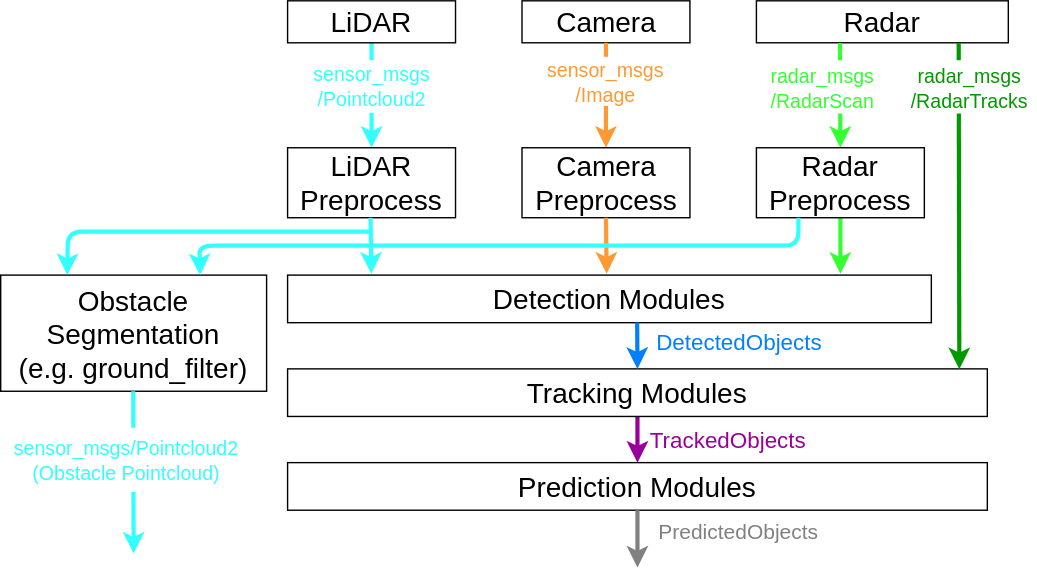
scepter914/autoware-architecture-proposal keeps this draw.io diagram as sensing/figure/sensing_pipeline.drawio.svg. Above is the earlier version. Source tidied: cells renumbered, new cells last; positions are measured from the earlier drawing's top-left corner, leaving out a move shared by most shapes. The source it was exported from:
```xml
<mxGraphModel>
  <root>
    <mxCell id="0" />
    <mxCell id="1" parent="0" />
    <mxCell id="2" style="endArrow=classic;html=1;strokeWidth=3;exitX=0.5;exitY=1;exitDx=0;exitDy=0;fillColor=#60a917;strokeColor=#FF9933;entryX=0.5;entryY=0;entryDx=0;entryDy=0;startArrow=none;" parent="1" edge="1" source="32" target="11">
      <mxGeometry relative="1" as="geometry" />
    </mxCell>
    <mxCell id="3" value="&lt;font style=&quot;font-size: 20px&quot;&gt;Radar&lt;br&gt;&lt;/font&gt;" style="rounded=0;whiteSpace=wrap;html=1;" parent="1" vertex="1">
      <mxGeometry x="540" width="180" height="30" as="geometry" />
    </mxCell>
    <mxCell id="4" style="endArrow=classic;html=1;strokeWidth=3;exitX=0.5;exitY=1;exitDx=0;exitDy=0;fillColor=#60a917;strokeColor=#33FF33;" parent="1" edge="1" source="7">
      <mxGeometry relative="1" as="geometry">
        <mxPoint x="600" y="195" as="targetPoint" />
      </mxGeometry>
    </mxCell>
    <mxCell id="5" value="&lt;font style=&quot;font-size: 20px&quot;&gt;Detection Modules&lt;br&gt;&lt;/font&gt;" style="rounded=0;whiteSpace=wrap;html=1;" parent="1" vertex="1">
      <mxGeometry x="205" y="196" width="460" height="34" as="geometry" />
    </mxCell>
    <mxCell id="6" style="endArrow=classic;html=1;strokeWidth=3;exitX=0.332;exitY=1.005;exitDx=0;exitDy=0;fillColor=#60a917;strokeColor=#33FF33;entryX=0.5;entryY=0;entryDx=0;entryDy=0;exitPerimeter=0;" parent="1" edge="1" source="3" target="7">
      <mxGeometry relative="1" as="geometry" />
    </mxCell>
    <mxCell id="7" value="&lt;font style=&quot;font-size: 20px&quot;&gt;Radar Preprocess&lt;br&gt;&lt;/font&gt;" style="rounded=0;whiteSpace=wrap;html=1;" parent="1" vertex="1">
      <mxGeometry x="540" y="105" width="120" height="50" as="geometry" />
    </mxCell>
    <mxCell id="8" value="&lt;font&gt;&lt;font style=&quot;font-size: 14px&quot; color=&quot;#33ff33&quot;&gt;radar_msgs&lt;br&gt;/RadarScan&lt;/font&gt;&lt;br&gt;&lt;/font&gt;" style="text;html=1;strokeColor=none;fillColor=default;align=center;verticalAlign=middle;whiteSpace=wrap;rounded=1;fontSize=15;" parent="1" vertex="1">
      <mxGeometry x="540" y="42.5" width="95" height="38" as="geometry" />
    </mxCell>
    <mxCell id="9" style="endArrow=classic;html=1;strokeWidth=3;exitX=0.5;exitY=1;exitDx=0;exitDy=0;fillColor=#60a917;strokeColor=#990099;entryX=0.5;entryY=0;entryDx=0;entryDy=0;" parent="1" edge="1" source="12" target="24">
      <mxGeometry relative="1" as="geometry" />
    </mxCell>
    <mxCell id="10" value="&lt;font style=&quot;font-size: 20px&quot;&gt;Camera&lt;br&gt;&lt;/font&gt;" style="rounded=0;whiteSpace=wrap;html=1;" parent="1" vertex="1">
      <mxGeometry x="372.5" width="120" height="30" as="geometry" />
    </mxCell>
    <mxCell id="11" value="&lt;font style=&quot;font-size: 20px&quot;&gt;Camera Preprocess&lt;br&gt;&lt;/font&gt;" style="rounded=0;whiteSpace=wrap;html=1;" parent="1" vertex="1">
      <mxGeometry x="372.5" y="105" width="120" height="50" as="geometry" />
    </mxCell>
    <mxCell id="12" value="&lt;font style=&quot;font-size: 20px&quot;&gt;Tracking Modules&lt;br&gt;&lt;/font&gt;" style="rounded=0;whiteSpace=wrap;html=1;" parent="1" vertex="1">
      <mxGeometry x="205" y="263" width="500" height="34" as="geometry" />
    </mxCell>
    <mxCell id="13" value="&lt;font style=&quot;font-size: 16px&quot;&gt;&lt;font color=&quot;#990099&quot;&gt;TrackedObjects&lt;/font&gt;&lt;br&gt;&lt;/font&gt;" style="text;html=1;strokeColor=none;fillColor=none;align=center;verticalAlign=middle;whiteSpace=wrap;rounded=0;fontSize=15;" parent="1" vertex="1">
      <mxGeometry x="485" y="305" width="70" height="18" as="geometry" />
    </mxCell>
    <mxCell id="14" style="endArrow=classic;html=1;strokeWidth=3;exitX=0.543;exitY=0.995;exitDx=0;exitDy=0;fillColor=#60a917;strokeColor=#007FFF;entryX=0.5;entryY=0;entryDx=0;entryDy=0;exitPerimeter=0;" parent="1" edge="1" source="5" target="12">
      <mxGeometry relative="1" as="geometry" />
    </mxCell>
    <mxCell id="15" value="&lt;font style=&quot;font-size: 16px&quot;&gt;&lt;font color=&quot;#007fff&quot;&gt;DetectedObjects&lt;/font&gt;&lt;br&gt;&lt;/font&gt;" style="text;html=1;strokeColor=none;fillColor=none;align=center;verticalAlign=middle;whiteSpace=wrap;rounded=0;fontSize=15;" parent="1" vertex="1">
      <mxGeometry x="492.5" y="235" width="70" height="18" as="geometry" />
    </mxCell>
    <mxCell id="16" style="endArrow=classic;html=1;strokeWidth=3;exitX=0.5;exitY=1;exitDx=0;exitDy=0;fillColor=#60a917;strokeColor=#FF9933;" parent="1" edge="1" source="11">
      <mxGeometry relative="1" as="geometry">
        <mxPoint x="433" y="195" as="targetPoint" />
      </mxGeometry>
    </mxCell>
    <mxCell id="17" style="endArrow=classic;html=1;strokeWidth=3;exitX=0.5;exitY=1;exitDx=0;exitDy=0;fillColor=#60a917;strokeColor=#33FFFF;entryX=0.5;entryY=0;entryDx=0;entryDy=0;" parent="1" edge="1" source="18" target="19">
      <mxGeometry relative="1" as="geometry" />
    </mxCell>
    <mxCell id="18" value="&lt;font style=&quot;font-size: 20px&quot;&gt;LiDAR&lt;br&gt;&lt;/font&gt;" style="rounded=0;whiteSpace=wrap;html=1;" parent="1" vertex="1">
      <mxGeometry x="205" width="120" height="30" as="geometry" />
    </mxCell>
    <mxCell id="19" value="&lt;font style=&quot;font-size: 20px&quot;&gt;LiDAR Preprocess&lt;br&gt;&lt;/font&gt;" style="rounded=0;whiteSpace=wrap;html=1;" parent="1" vertex="1">
      <mxGeometry x="205" y="105" width="120" height="50" as="geometry" />
    </mxCell>
    <mxCell id="20" value="&lt;font&gt;&lt;font style=&quot;font-size: 14px&quot; color=&quot;#33ffff&quot;&gt;sensor_msgs&lt;br&gt;/Pointcloud2&lt;/font&gt;&lt;br&gt;&lt;/font&gt;" style="text;html=1;strokeColor=none;fillColor=default;align=center;verticalAlign=middle;whiteSpace=wrap;rounded=1;fontSize=15;" parent="1" vertex="1">
      <mxGeometry x="212.5" y="42.5" width="105" height="37.5" as="geometry" />
    </mxCell>
    <mxCell id="21" style="endArrow=classic;html=1;strokeWidth=3;exitX=0.5;exitY=1;exitDx=0;exitDy=0;fillColor=#60a917;strokeColor=#33FFFF;" parent="1" edge="1">
      <mxGeometry relative="1" as="geometry">
        <mxPoint x="264.3" y="155" as="sourcePoint" />
        <mxPoint x="264.8" y="195" as="targetPoint" />
      </mxGeometry>
    </mxCell>
    <mxCell id="22" value="&lt;font style=&quot;font-size: 20px&quot;&gt;Obstacle Segmentation&lt;br&gt;(e.g. ground_filter)&lt;br&gt;&lt;/font&gt;" style="rounded=0;whiteSpace=wrap;html=1;" parent="1" vertex="1">
      <mxGeometry y="196" width="190" height="83" as="geometry" />
    </mxCell>
    <mxCell id="23" style="endArrow=classic;html=1;strokeWidth=3;fillColor=#60a917;strokeColor=#33FFFF;entryX=0.25;entryY=0;entryDx=0;entryDy=0;" parent="1" edge="1" target="22">
      <mxGeometry relative="1" as="geometry">
        <mxPoint x="265" y="165" as="sourcePoint" />
        <Array as="points">
          <mxPoint x="48" y="165" />
        </Array>
      </mxGeometry>
    </mxCell>
    <mxCell id="24" value="&lt;font style=&quot;font-size: 20px&quot;&gt;Prediction Modules&lt;br&gt;&lt;/font&gt;" style="rounded=0;whiteSpace=wrap;html=1;" parent="1" vertex="1">
      <mxGeometry x="205" y="330" width="500" height="34" as="geometry" />
    </mxCell>
    <mxCell id="25" style="endArrow=classic;html=1;strokeWidth=3;shadow=0;fillColor=#60a917;strokeColor=#808080;exitX=0.5;exitY=1;exitDx=0;exitDy=0;" parent="1" edge="1" source="24">
      <mxGeometry relative="1" as="geometry">
        <mxPoint x="455" y="405" as="targetPoint" />
      </mxGeometry>
    </mxCell>
    <mxCell id="26" value="&lt;font&gt;&lt;font color=&quot;#808080&quot; style=&quot;font-size: 15px&quot;&gt;PredictedObjects&lt;/font&gt;&lt;br&gt;&lt;/font&gt;" style="text;html=1;strokeColor=none;fillColor=none;align=center;verticalAlign=middle;whiteSpace=wrap;rounded=0;fontSize=15;" parent="1" vertex="1">
      <mxGeometry x="466.2" y="364" width="122.6" height="30" as="geometry" />
    </mxCell>
    <mxCell id="27" style="endArrow=classic;html=1;strokeWidth=3;exitX=0.5;exitY=1;exitDx=0;exitDy=0;fillColor=#60a917;strokeColor=#33FFFF;" parent="1" edge="1">
      <mxGeometry relative="1" as="geometry">
        <mxPoint x="94.7" y="279" as="sourcePoint" />
        <mxPoint x="95" y="395" as="targetPoint" />
      </mxGeometry>
    </mxCell>
    <mxCell id="28" style="endArrow=classic;html=1;strokeWidth=3;fillColor=#60a917;strokeColor=#33FFFF;entryX=0.75;entryY=0;entryDx=0;entryDy=0;exitX=0.25;exitY=1;exitDx=0;exitDy=0;" parent="1" edge="1" source="7" target="22">
      <mxGeometry relative="1" as="geometry">
        <Array as="points">
          <mxPoint x="570" y="175" />
          <mxPoint x="142" y="175" />
        </Array>
      </mxGeometry>
    </mxCell>
    <mxCell id="29" value="&lt;font&gt;&lt;font style=&quot;font-size: 14px&quot; color=&quot;#33ffff&quot;&gt;sensor_msgs/Pointcloud2&lt;br&gt;&lt;/font&gt;&lt;span style=&quot;color: rgb(51 , 255 , 255) ; font-family: &amp;#34;helvetica&amp;#34; ; font-size: 14px&quot;&gt;(Obstacle Pointcloud)&lt;/span&gt;&lt;br&gt;&lt;/font&gt;" style="text;html=1;strokeColor=none;fillColor=default;align=center;verticalAlign=middle;whiteSpace=wrap;rounded=1;fontSize=15;" parent="1" vertex="1">
      <mxGeometry x="5" y="305" width="170" height="46" as="geometry" />
    </mxCell>
    <mxCell id="30" style="endArrow=classic;html=1;strokeWidth=3;exitX=0.803;exitY=1.005;exitDx=0;exitDy=0;fillColor=#60a917;strokeColor=#009900;exitPerimeter=0;entryX=0.96;entryY=0.006;entryDx=0;entryDy=0;entryPerimeter=0;" parent="1" edge="1" source="3" target="12">
      <mxGeometry relative="1" as="geometry" />
    </mxCell>
    <mxCell id="31" value="&lt;font&gt;&lt;font style=&quot;font-size: 14px&quot; color=&quot;#009900&quot;&gt;radar_msgs&lt;br&gt;/RadarTracks&lt;/font&gt;&lt;br&gt;&lt;/font&gt;" style="text;html=1;strokeColor=none;fillColor=default;align=center;verticalAlign=middle;whiteSpace=wrap;rounded=1;fontSize=15;" parent="1" vertex="1">
      <mxGeometry x="645" y="42.5" width="95" height="38" as="geometry" />
    </mxCell>
    <mxCell id="32" value="&lt;font&gt;&lt;font style=&quot;font-size: 14px&quot; color=&quot;#ff9933&quot;&gt;sensor_msgs&lt;br&gt;/Image&lt;/font&gt;&lt;br&gt;&lt;/font&gt;" style="text;html=1;strokeColor=none;fillColor=default;align=center;verticalAlign=middle;whiteSpace=wrap;rounded=1;fontSize=15;" parent="1" vertex="1">
      <mxGeometry x="386.2" y="40" width="92.5" height="35" as="geometry" />
    </mxCell>
    <mxCell id="33" style="endArrow=none;html=1;strokeWidth=3;exitX=0.5;exitY=1;exitDx=0;exitDy=0;fillColor=#60a917;strokeColor=#FF9933;entryX=0.5;entryY=0;entryDx=0;entryDy=0;" parent="1" edge="1" source="10" target="32">
      <mxGeometry relative="1" as="geometry" />
    </mxCell>
  </root>
</mxGraphModel>
```
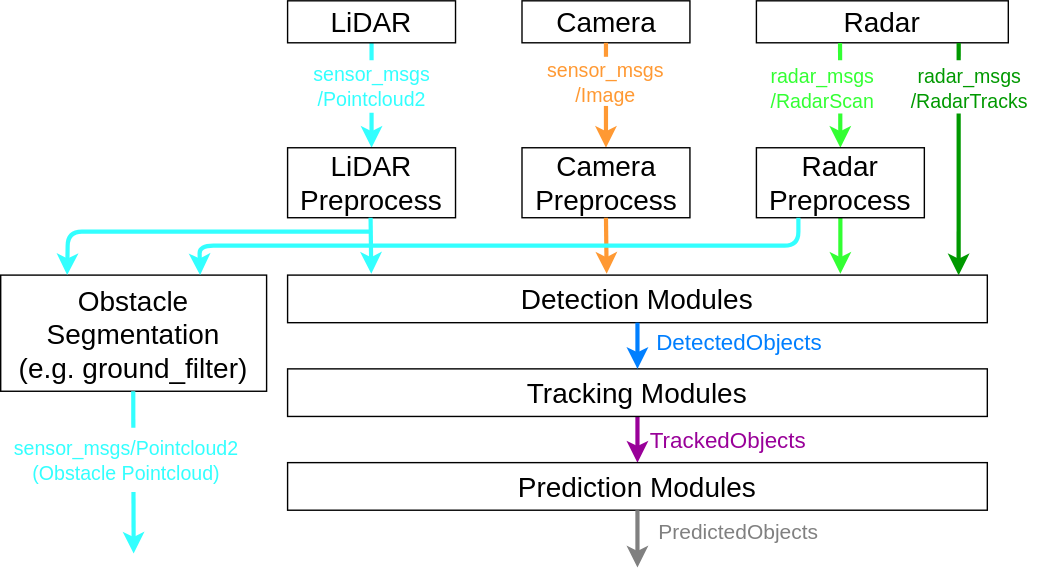
Above is the later version.

Diff of the diagram source:
```diff
@@ -14,7 +14,7 @@
       </mxGeometry>
     </mxCell>
     <mxCell id="5" value="&lt;font style=&quot;font-size: 20px&quot;&gt;Detection Modules&lt;br&gt;&lt;/font&gt;" style="rounded=0;whiteSpace=wrap;html=1;" parent="1" vertex="1">
-      <mxGeometry x="205" y="196" width="460" height="34" as="geometry" />
+      <mxGeometry x="205" y="196" width="500" height="34" as="geometry" />
     </mxCell>
     <mxCell id="6" style="endArrow=classic;html=1;strokeWidth=3;exitX=0.332;exitY=1.005;exitDx=0;exitDy=0;fillColor=#60a917;strokeColor=#33FF33;entryX=0.5;entryY=0;entryDx=0;entryDy=0;exitPerimeter=0;" parent="1" edge="1" source="3" target="7">
       <mxGeometry relative="1" as="geometry" />
@@ -40,7 +40,7 @@
     <mxCell id="13" value="&lt;font style=&quot;font-size: 16px&quot;&gt;&lt;font color=&quot;#990099&quot;&gt;TrackedObjects&lt;/font&gt;&lt;br&gt;&lt;/font&gt;" style="text;html=1;strokeColor=none;fillColor=none;align=center;verticalAlign=middle;whiteSpace=wrap;rounded=0;fontSize=15;" parent="1" vertex="1">
       <mxGeometry x="485" y="305" width="70" height="18" as="geometry" />
     </mxCell>
-    <mxCell id="14" style="endArrow=classic;html=1;strokeWidth=3;exitX=0.543;exitY=0.995;exitDx=0;exitDy=0;fillColor=#60a917;strokeColor=#007FFF;entryX=0.5;entryY=0;entryDx=0;entryDy=0;exitPerimeter=0;" parent="1" edge="1" source="5" target="12">
+    <mxCell id="14" style="endArrow=classic;html=1;strokeWidth=3;exitX=0.5;exitY=1;exitDx=0;exitDy=0;fillColor=#60a917;strokeColor=#007FFF;entryX=0.5;entryY=0;entryDx=0;entryDy=0;" parent="1" edge="1" source="5" target="12">
       <mxGeometry relative="1" as="geometry" />
     </mxCell>
     <mxCell id="15" value="&lt;font style=&quot;font-size: 16px&quot;&gt;&lt;font color=&quot;#007fff&quot;&gt;DetectedObjects&lt;/font&gt;&lt;br&gt;&lt;/font&gt;" style="text;html=1;strokeColor=none;fillColor=none;align=center;verticalAlign=middle;whiteSpace=wrap;rounded=0;fontSize=15;" parent="1" vertex="1">
@@ -108,7 +108,7 @@
     <mxCell id="29" value="&lt;font&gt;&lt;font style=&quot;font-size: 14px&quot; color=&quot;#33ffff&quot;&gt;sensor_msgs/Pointcloud2&lt;br&gt;&lt;/font&gt;&lt;span style=&quot;color: rgb(51 , 255 , 255) ; font-family: &amp;#34;helvetica&amp;#34; ; font-size: 14px&quot;&gt;(Obstacle Pointcloud)&lt;/span&gt;&lt;br&gt;&lt;/font&gt;" style="text;html=1;strokeColor=none;fillColor=default;align=center;verticalAlign=middle;whiteSpace=wrap;rounded=1;fontSize=15;" parent="1" vertex="1">
       <mxGeometry x="5" y="305" width="170" height="46" as="geometry" />
     </mxCell>
-    <mxCell id="30" style="endArrow=classic;html=1;strokeWidth=3;exitX=0.803;exitY=1.005;exitDx=0;exitDy=0;fillColor=#60a917;strokeColor=#009900;exitPerimeter=0;entryX=0.96;entryY=0.006;entryDx=0;entryDy=0;entryPerimeter=0;" parent="1" edge="1" source="3" target="12">
+    <mxCell id="30" style="endArrow=classic;html=1;strokeWidth=3;exitX=0.803;exitY=1.005;exitDx=0;exitDy=0;fillColor=#60a917;strokeColor=#009900;exitPerimeter=0;entryX=0.959;entryY=0.003;entryDx=0;entryDy=0;entryPerimeter=0;" parent="1" edge="1" source="3" target="5">
       <mxGeometry relative="1" as="geometry" />
     </mxCell>
     <mxCell id="31" value="&lt;font&gt;&lt;font style=&quot;font-size: 14px&quot; color=&quot;#009900&quot;&gt;radar_msgs&lt;br&gt;/RadarTracks&lt;/font&gt;&lt;br&gt;&lt;/font&gt;" style="text;html=1;strokeColor=none;fillColor=default;align=center;verticalAlign=middle;whiteSpace=wrap;rounded=1;fontSize=15;" parent="1" vertex="1">
```
